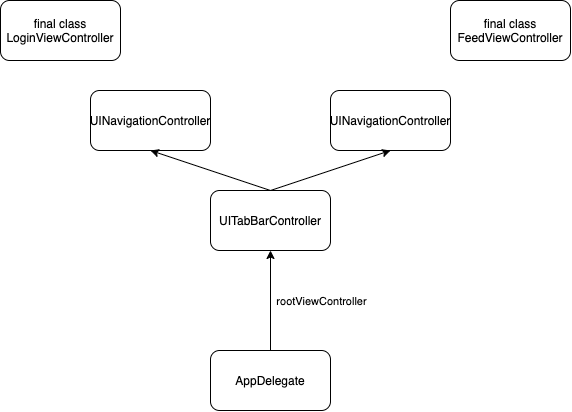
The draw.io diagram depedencyMap.png in KamnevVladimir/depedencyMap, before a commit. Source tidied: cells renumbered, new cells last; positions are measured from the earlier drawing's top-left corner, leaving out a move shared by most shapes.
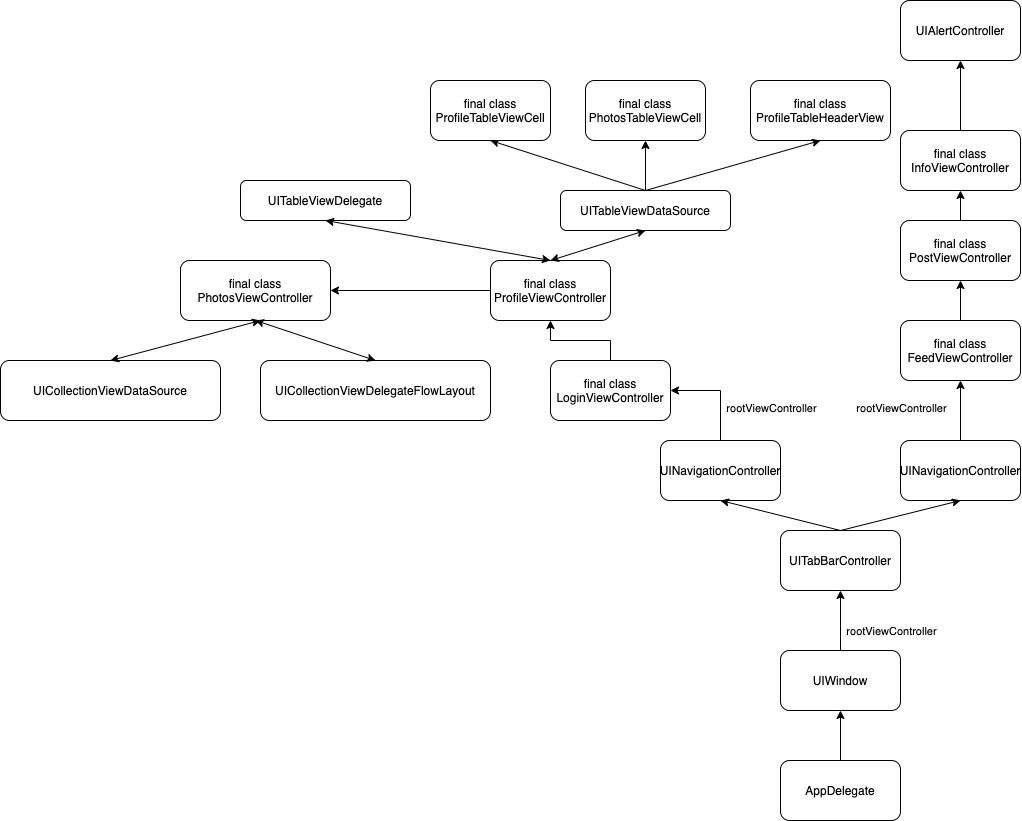
Above is the later version.

Change to the diagram source:
```diff
@@ -3,36 +3,138 @@
     <mxCell id="0" />
     <mxCell id="1" parent="0" />
     <mxCell id="2" value="AppDelegate" style="rounded=1;whiteSpace=wrap;html=1;fontFamily=Helvetica;fontStyle=0;" parent="1" vertex="1">
-      <mxGeometry x="210" y="350" width="120" height="60" as="geometry" />
+      <mxGeometry x="210" y="450" width="120" height="60" as="geometry" />
     </mxCell>
     <mxCell id="3" value="final class FeedViewController" style="rounded=1;whiteSpace=wrap;html=1;fontFamily=Helvetica;fontStyle=0;" parent="1" vertex="1">
-      <mxGeometry x="450" width="120" height="60" as="geometry" />
+      <mxGeometry x="330" y="10" width="120" height="60" as="geometry" />
     </mxCell>
     <mxCell id="4" value="final class LoginViewController" style="rounded=1;whiteSpace=wrap;html=1;fontFamily=Helvetica;fontStyle=0;" parent="1" vertex="1">
-      <mxGeometry width="120" height="60" as="geometry" />
+      <mxGeometry x="-20" y="50" width="120" height="60" as="geometry" />
     </mxCell>
     <mxCell id="5" value="UITabBarController" style="rounded=1;whiteSpace=wrap;html=1;fontFamily=Helvetica;fontStyle=0;" parent="1" vertex="1">
-      <mxGeometry x="210" y="190" width="120" height="60" as="geometry" />
+      <mxGeometry x="210" y="220" width="120" height="60" as="geometry" />
     </mxCell>
+    <mxCell id="12" style="edgeStyle=orthogonalEdgeStyle;rounded=0;jettySize=auto;html=1;exitX=0.5;exitY=0;exitDx=0;exitDy=0;entryX=1;entryY=0.5;entryDx=0;entryDy=0;fontFamily=Helvetica;" parent="1" edge="1" source="6" target="4">
+      <mxGeometry relative="1" as="geometry" />
+    </mxCell>
     <mxCell id="6" value="UINavigationController" style="rounded=1;whiteSpace=wrap;html=1;fontFamily=Helvetica;fontStyle=0;" parent="1" vertex="1">
-      <mxGeometry x="90" y="90" width="120" height="60" as="geometry" />
+      <mxGeometry x="90" y="130" width="120" height="60" as="geometry" />
     </mxCell>
+    <mxCell id="13" style="edgeStyle=orthogonalEdgeStyle;rounded=0;jettySize=auto;html=1;exitX=0.5;exitY=0;exitDx=0;exitDy=0;entryX=0.5;entryY=1;entryDx=0;entryDy=0;fontFamily=Helvetica;" parent="1" edge="1" source="7" target="3">
+      <mxGeometry relative="1" as="geometry" />
+    </mxCell>
     <mxCell id="7" value="UINavigationController" style="rounded=1;whiteSpace=wrap;html=1;fontFamily=Helvetica;fontStyle=0;" parent="1" vertex="1">
-      <mxGeometry x="330" y="90" width="120" height="60" as="geometry" />
+      <mxGeometry x="330" y="130" width="120" height="60" as="geometry" />
     </mxCell>
-    <mxCell id="8" style="endArrow=classic;html=1;fontFamily=Helvetica;exitX=0.5;exitY=0;exitDx=0;exitDy=0;" parent="1" edge="1" source="2" target="5">
-      <mxGeometry relative="1" as="geometry" />
+    <mxCell id="8" style="endArrow=classic;html=1;fontFamily=Helvetica;" parent="1" edge="1" target="5">
+      <mxGeometry relative="1" as="geometry">
+        <mxPoint x="270" y="340" as="sourcePoint" />
+      </mxGeometry>
     </mxCell>
     <mxCell id="9" value="rootViewController" style="edgeLabel;html=1;align=center;verticalAlign=middle;fontFamily=Helvetica;" parent="8" vertex="1">
       <mxGeometry x="0.48" y="-4" relative="1" as="geometry">
         <mxPoint x="46" y="24.3" as="offset" />
       </mxGeometry>
     </mxCell>
+    <mxCell id="14" value="rootViewController" style="edgeLabel;html=1;align=center;verticalAlign=middle;fontFamily=Helvetica;" parent="8" vertex="1">
+      <mxGeometry x="0.48" y="-4" relative="1" as="geometry">
+        <mxPoint x="-74" y="-198.2" as="offset" />
+      </mxGeometry>
+    </mxCell>
+    <mxCell id="15" value="rootViewController" style="edgeLabel;html=1;align=center;verticalAlign=middle;fontFamily=Helvetica;" parent="8" vertex="1">
+      <mxGeometry x="0.48" y="-4" relative="1" as="geometry">
+        <mxPoint x="56" y="-198.2" as="offset" />
+      </mxGeometry>
+    </mxCell>
     <mxCell id="10" style="endArrow=classic;html=1;fontFamily=Helvetica;entryX=0.5;entryY=1;entryDx=0;entryDy=0;exitX=0.5;exitY=0;exitDx=0;exitDy=0;" parent="1" edge="1" source="5" target="6">
       <mxGeometry relative="1" as="geometry" />
     </mxCell>
     <mxCell id="11" style="endArrow=classic;html=1;fontFamily=Helvetica;entryX=0.5;entryY=1;entryDx=0;entryDy=0;exitX=0.5;exitY=0;exitDx=0;exitDy=0;" parent="1" edge="1" source="5" target="7">
       <mxGeometry relative="1" as="geometry" />
     </mxCell>
+    <mxCell id="16" value="final class ProfileViewController" style="rounded=1;whiteSpace=wrap;html=1;fontFamily=Helvetica;fontStyle=0;" parent="1" vertex="1">
+      <mxGeometry x="-80" y="-50" width="120" height="60" as="geometry" />
+    </mxCell>
+    <mxCell id="17" value="UIWindow" style="rounded=1;whiteSpace=wrap;html=1;fontFamily=Helvetica;fontStyle=0;" parent="1" vertex="1">
+      <mxGeometry x="210" y="340" width="120" height="60" as="geometry" />
+    </mxCell>
+    <mxCell id="18" style="endArrow=classic;html=1;fontFamily=Helvetica;entryX=0.5;entryY=1;entryDx=0;entryDy=0;exitX=0.5;exitY=0;exitDx=0;exitDy=0;" parent="1" edge="1" source="2" target="17">
+      <mxGeometry relative="1" as="geometry" />
+    </mxCell>
+    <mxCell id="19" style="edgeStyle=orthogonalEdgeStyle;rounded=0;jettySize=auto;html=1;exitX=0.5;exitY=0;exitDx=0;exitDy=0;entryX=0.5;entryY=1;entryDx=0;entryDy=0;fontFamily=Helvetica;" parent="1" edge="1" source="4" target="16">
+      <mxGeometry relative="1" as="geometry" />
+    </mxCell>
+    <mxCell id="20" value="UITableViewDataSource" style="rounded=1;whiteSpace=wrap;html=1;fontFamily=Helvetica;fontStyle=0;" parent="1" vertex="1">
+      <mxGeometry x="-10" y="-120" width="170" height="40" as="geometry" />
+    </mxCell>
+    <mxCell id="21" style="endArrow=classic;startArrow=classic;html=1;fontFamily=Helvetica;entryX=0.5;entryY=1;entryDx=0;entryDy=0;exitX=0.5;exitY=0;exitDx=0;exitDy=0;" parent="1" edge="1" source="16" target="20">
+      <mxGeometry relative="1" as="geometry" />
+    </mxCell>
+    <mxCell id="22" value="UITableViewDelegate" style="rounded=1;whiteSpace=wrap;html=1;fontFamily=Helvetica;fontStyle=0;" parent="1" vertex="1">
+      <mxGeometry x="-330" y="-130" width="170" height="40" as="geometry" />
+    </mxCell>
+    <mxCell id="23" style="endArrow=classic;startArrow=classic;html=1;fontFamily=Helvetica;entryX=0.5;entryY=1;entryDx=0;entryDy=0;" parent="1" edge="1" target="22">
+      <mxGeometry relative="1" as="geometry">
+        <mxPoint x="-20" y="-50" as="sourcePoint" />
+      </mxGeometry>
+    </mxCell>
+    <mxCell id="24" style="endArrow=classic;html=1;fontFamily=Helvetica;exitX=0.5;exitY=0;exitDx=0;exitDy=0;entryX=0.5;entryY=1;entryDx=0;entryDy=0;" parent="1" edge="1" source="20" target="25">
+      <mxGeometry relative="1" as="geometry" />
+    </mxCell>
+    <mxCell id="25" value="final class ProfileTableViewCell" style="rounded=1;whiteSpace=wrap;html=1;fontFamily=Helvetica;fontStyle=0;" parent="1" vertex="1">
+      <mxGeometry x="-140" y="-230" width="120" height="60" as="geometry" />
+    </mxCell>
+    <mxCell id="26" value="final class PhotosTableViewCell" style="rounded=1;whiteSpace=wrap;html=1;fontFamily=Helvetica;fontStyle=0;" parent="1" vertex="1">
+      <mxGeometry x="15" y="-230" width="120" height="60" as="geometry" />
+    </mxCell>
+    <mxCell id="27" style="endArrow=classic;html=1;fontFamily=Helvetica;entryX=0.5;entryY=1;entryDx=0;entryDy=0;exitX=0.5;exitY=0;exitDx=0;exitDy=0;" parent="1" edge="1" source="20" target="26">
+      <mxGeometry relative="1" as="geometry" />
+    </mxCell>
+    <mxCell id="28" value="final class ProfileTableHeaderView" style="rounded=1;whiteSpace=wrap;html=1;fontFamily=Helvetica;fontStyle=0;" parent="1" vertex="1">
+      <mxGeometry x="180" y="-230" width="140" height="60" as="geometry" />
+    </mxCell>
+    <mxCell id="29" style="endArrow=classic;html=1;fontFamily=Helvetica;entryX=0.5;entryY=1;entryDx=0;entryDy=0;exitX=0.5;exitY=0;exitDx=0;exitDy=0;" parent="1" edge="1" source="20" target="28">
+      <mxGeometry relative="1" as="geometry" />
+    </mxCell>
+    <mxCell id="30" value="final class PhotosViewController" style="rounded=1;whiteSpace=wrap;html=1;fontFamily=Helvetica;fontStyle=0;" parent="1" vertex="1">
+      <mxGeometry x="-390" y="-50" width="150" height="60" as="geometry" />
+    </mxCell>
+    <mxCell id="31" style="endArrow=classic;html=1;fontFamily=Helvetica;entryX=1;entryY=0.5;entryDx=0;entryDy=0;exitX=0;exitY=0.5;exitDx=0;exitDy=0;" parent="1" edge="1" source="16" target="30">
+      <mxGeometry relative="1" as="geometry" />
+    </mxCell>
+    <mxCell id="32" value="UICollectionViewDataSource" style="rounded=1;whiteSpace=wrap;html=1;fontFamily=Helvetica;fontStyle=0;" parent="1" vertex="1">
+      <mxGeometry x="-570" y="50" width="220" height="60" as="geometry" />
+    </mxCell>
+    <mxCell id="33" value="UICollectionViewDelegateFlowLayout" style="rounded=1;whiteSpace=wrap;html=1;fontFamily=Helvetica;fontStyle=0;" parent="1" vertex="1">
+      <mxGeometry x="-310" y="50" width="230" height="60" as="geometry" />
+    </mxCell>
+    <mxCell id="34" style="endArrow=classic;startArrow=classic;html=1;fontFamily=Helvetica;exitX=0.5;exitY=0;exitDx=0;exitDy=0;" parent="1" edge="1" source="32">
+      <mxGeometry relative="1" as="geometry">
+        <mxPoint x="-310" y="10" as="targetPoint" />
+      </mxGeometry>
+    </mxCell>
+    <mxCell id="35" style="endArrow=classic;startArrow=classic;html=1;fontFamily=Helvetica;exitX=0.5;exitY=0;exitDx=0;exitDy=0;entryX=0.5;entryY=1;entryDx=0;entryDy=0;" parent="1" edge="1" source="33" target="30">
+      <mxGeometry relative="1" as="geometry" />
+    </mxCell>
+    <mxCell id="36" value="final class PostViewController" style="rounded=1;whiteSpace=wrap;html=1;fontFamily=Helvetica;fontStyle=0;" parent="1" vertex="1">
+      <mxGeometry x="330" y="-90" width="120" height="60" as="geometry" />
+    </mxCell>
+    <mxCell id="37" value="final class InfoViewController" style="rounded=1;whiteSpace=wrap;html=1;fontFamily=Helvetica;fontStyle=0;" parent="1" vertex="1">
+      <mxGeometry x="330" y="-180" width="120" height="60" as="geometry" />
+    </mxCell>
+    <mxCell id="38" style="edgeStyle=orthogonalEdgeStyle;rounded=0;jettySize=auto;html=1;entryX=0.5;entryY=1;entryDx=0;entryDy=0;fontFamily=Helvetica;exitX=0.5;exitY=0;exitDx=0;exitDy=0;exitPerimeter=0;" parent="1" edge="1" source="3" target="36">
+      <mxGeometry relative="1" as="geometry" />
+    </mxCell>
+    <mxCell id="39" style="edgeStyle=orthogonalEdgeStyle;rounded=0;jettySize=auto;html=1;entryX=0.5;entryY=1;entryDx=0;entryDy=0;fontFamily=Helvetica;" parent="1" edge="1" target="37">
+      <mxGeometry relative="1" as="geometry">
+        <mxPoint x="390" y="-90" as="sourcePoint" />
+      </mxGeometry>
+    </mxCell>
+    <mxCell id="40" value="UIAlertController" style="rounded=1;whiteSpace=wrap;html=1;fontFamily=Helvetica;fontStyle=0;" parent="1" vertex="1">
+      <mxGeometry x="330" y="-310" width="120" height="60" as="geometry" />
+    </mxCell>
+    <mxCell id="41" style="edgeStyle=orthogonalEdgeStyle;rounded=0;jettySize=auto;html=1;entryX=0.5;entryY=1;entryDx=0;entryDy=0;fontFamily=Helvetica;exitX=0.5;exitY=0;exitDx=0;exitDy=0;" parent="1" edge="1" source="37" target="40">
+      <mxGeometry relative="1" as="geometry" />
+    </mxCell>
   </root>
 </mxGraphModel>
```
